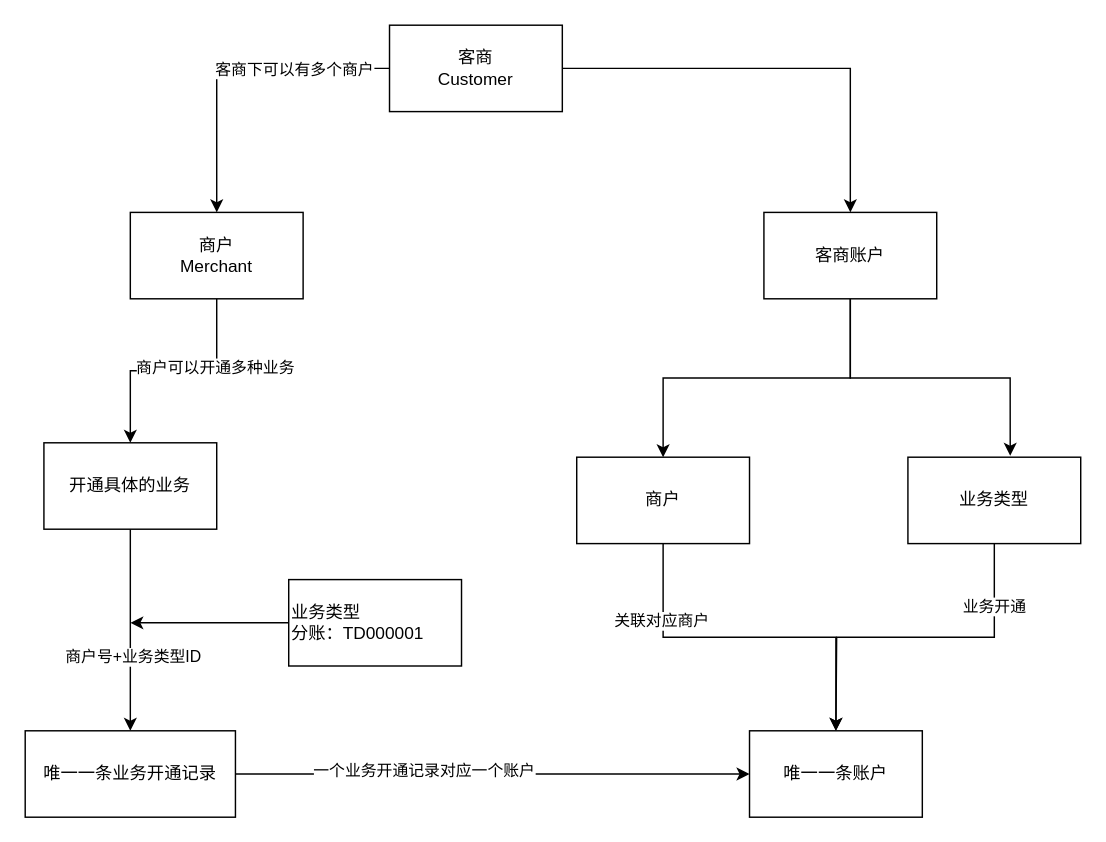
This is 银联网络/客商系统流程.drawio from Lemon158/draw, a draw.io file, before an edit. Source tidied: cells renumbered, new cells numbered last; positions are measured from the earlier drawing's top-left corner, leaving out a move shared by most shapes. Both pictures are drawn from the tidied source at 144%, with x=0, y=0 at pixel (24, 24).
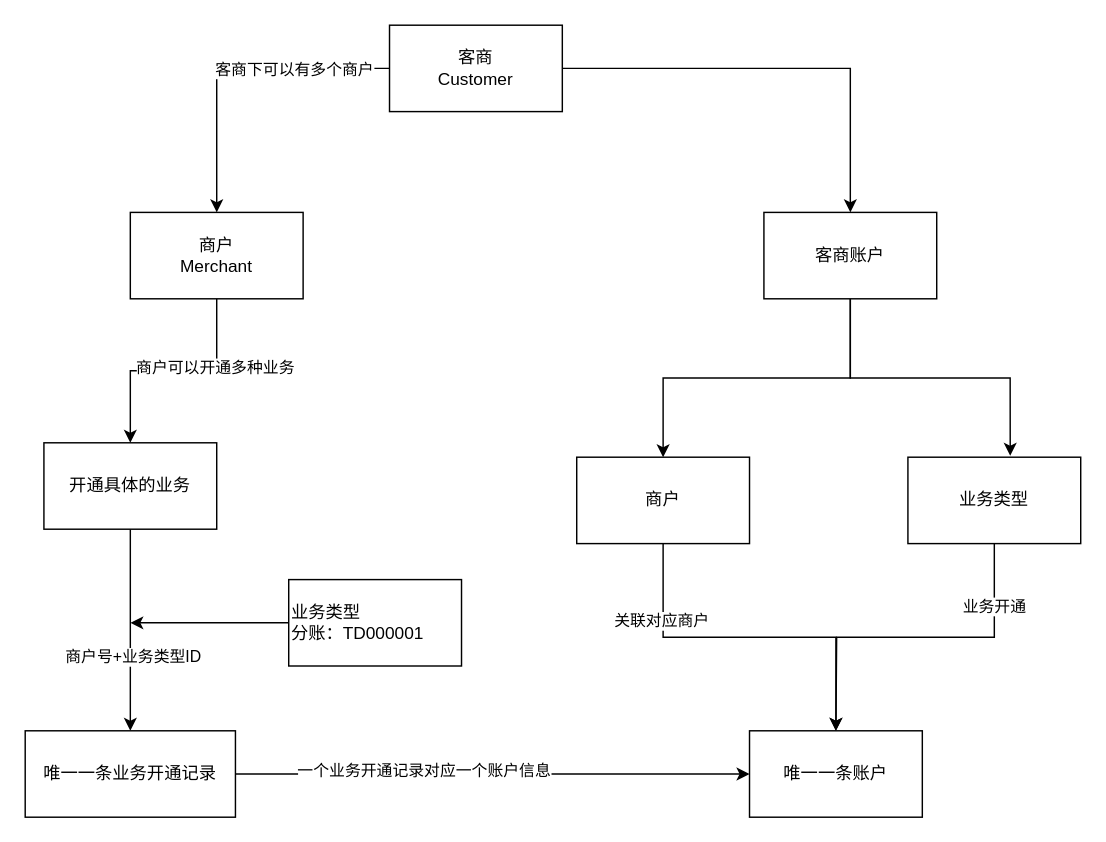
The same page after the edit.

Commit message:
更新客商系统流程.drawio

The change refers to these unchanged cells:
```xml
<mxCell id="12" style="edgeStyle=orthogonalEdgeStyle;rounded=0;jettySize=auto;html=1;" parent="1" edge="1" source="14" target="17">
  <mxGeometry relative="1" as="geometry" />
</mxCell>
```

The edit, as a diff of the source:
```diff
@@
-    <mxCell id="13" value="一个业务开通记录对应一个账户" style="edgeLabel;html=1;align=center;verticalAlign=middle;" parent="12" vertex="1">
+    <mxCell id="13" value="一个业务开通记录对应一个账户信息" style="edgeLabel;html=1;align=center;verticalAlign=middle;" parent="12" vertex="1">
       <mxGeometry x="-0.27" y="3" relative="1" as="geometry" />
     </mxCell>
```
